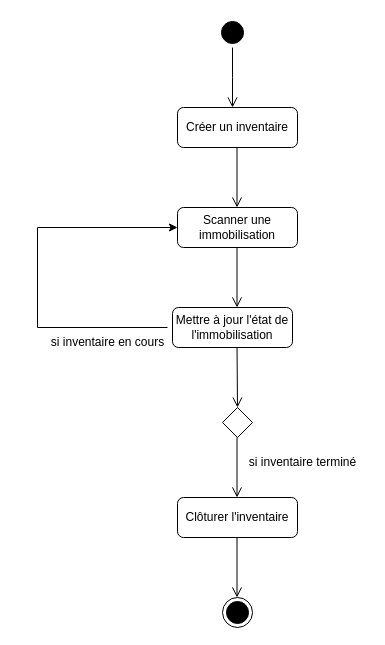
Before: page "Page-1" (1 of 2) of newdiagrammeclasse.drawio in Joahnne-25/Folder_Diagramme-soutenance, a draw.io diagram. Source tidied: cells renumbered, new cells numbered last; positions are measured from the earlier drawing's top-left corner, leaving out a move shared by most shapes. Both pictures are drawn from the tidied source at 100%, with x=0, y=0 at pixel (37, 17).
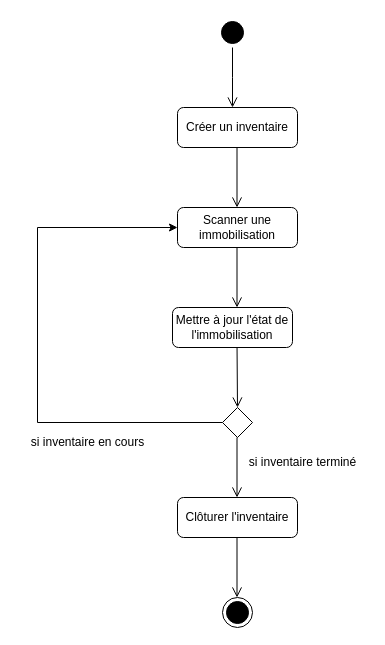
The same diagram, later.

Unchanged cells that the change refers to:
```xml
<mxCell id="9" value="Scanner une immobilisation" style="rounded=1;whiteSpace=wrap;html=1;" parent="1" vertex="1">
  <mxGeometry x="140" y="190" width="120" height="40" as="geometry" />
</mxCell>
<mxCell id="12" style="rhombus;whiteSpace=wrap;html=1;" parent="1" vertex="1">
  <mxGeometry x="185" y="390" width="30" height="30" as="geometry" />
</mxCell>
```

Change to the diagram source:
```diff
@@
-    <mxCell id="13" style="endArrow=classic;html=1;rounded=0;entryX=0;entryY=0.5;entryDx=0;entryDy=0;" parent="1" edge="1" target="9">
+    <mxCell id="13" style="endArrow=classic;html=1;rounded=0;entryX=0;entryY=0.5;entryDx=0;entryDy=0;exitX=0;exitY=0.5;exitDx=0;exitDy=0;" parent="1" edge="1" source="12" target="9">
       <mxGeometry relative="1" as="geometry">
-        <mxPoint x="130" y="310" as="sourcePoint" />
         <Array as="points">
-          <mxPoint y="310" />
+          <mxPoint y="405" />
           <mxPoint y="210" />
         </Array>
       </mxGeometry>
     </mxCell>
@@
     <mxCell id="15" value="si inventaire en cours" style="text;html=1;align=center;verticalAlign=middle;strokeColor=none;fillColor=none;" parent="1" vertex="1">
-      <mxGeometry y="310" width="140" height="30" as="geometry" />
+      <mxGeometry x="-20" y="410" width="140" height="30" as="geometry" />
     </mxCell>
```
